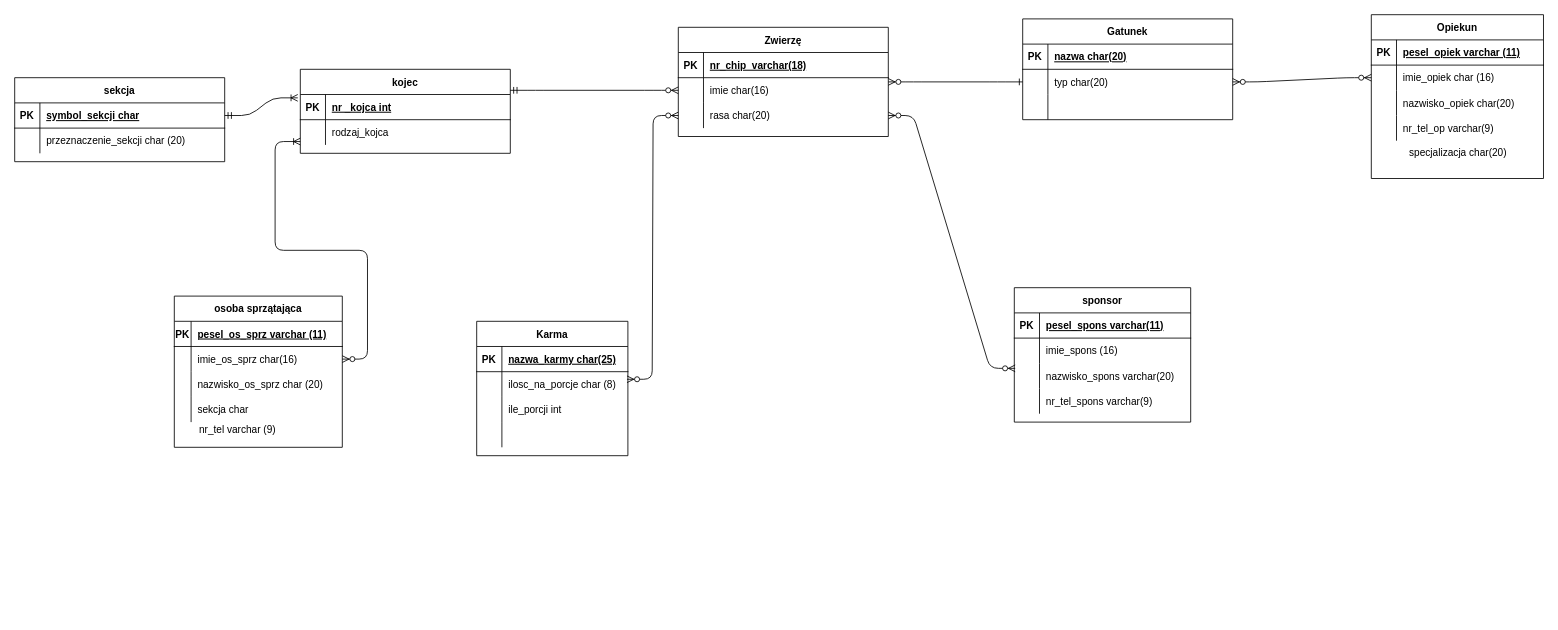
This is Untitled Diagram.drawio from Taviii/RBD, a draw.io file, before an edit. Source tidied: cells renumbered, new cells numbered last; positions are measured from the earlier drawing's top-left corner, leaving out a move shared by most shapes. Both pictures are drawn from the tidied source at 84%, with x=0, y=0 at pixel (14, 14).
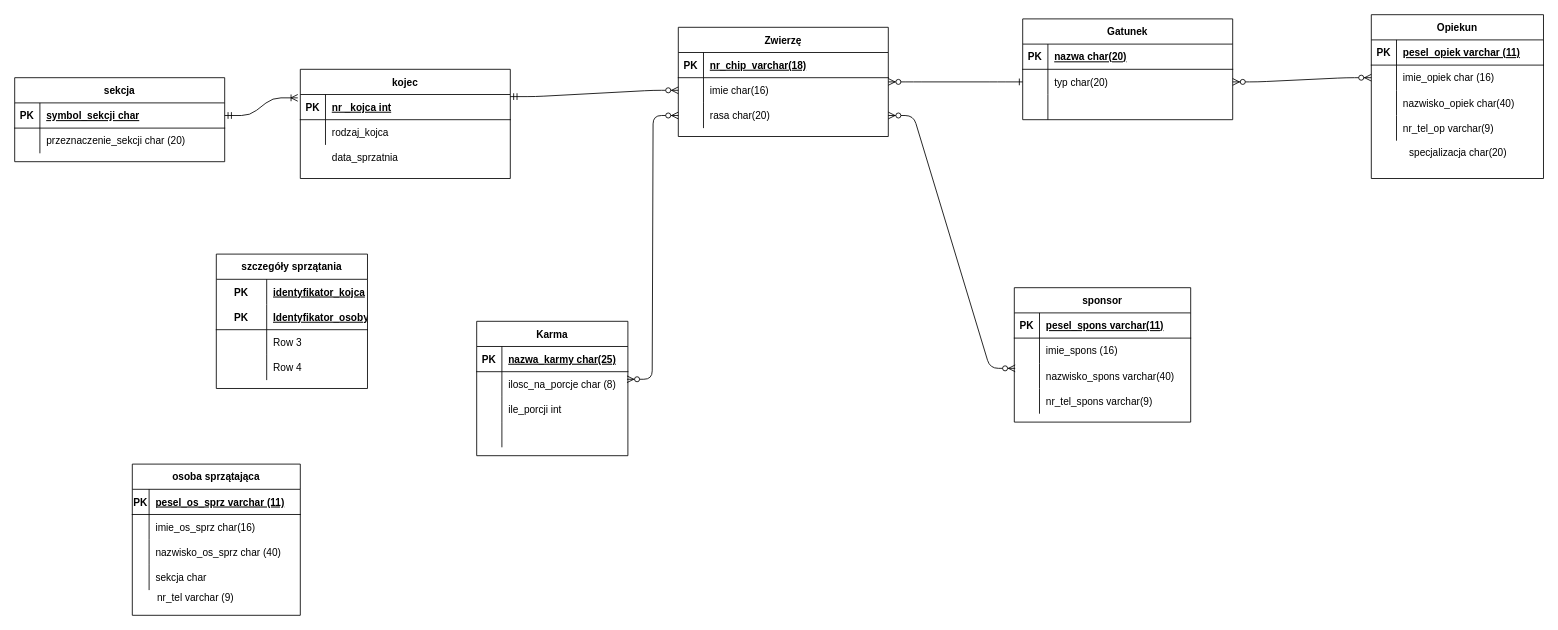
The same diagram, later.

The change refers to these unchanged cells:
```xml
<mxCell id="34" style="shape=partialRectangle;fillColor=none;top=0;left=0;bottom=0;right=0;points=[[0,0.5],[1,0.5]];portConstraint=eastwest;" parent="30" vertex="1">
  <mxGeometry y="60" width="200" height="30" as="geometry" />
</mxCell>
<mxCell id="37" style="shape=partialRectangle;fillColor=none;top=0;left=0;bottom=0;right=0;" parent="30" vertex="1">
  <mxGeometry y="90" width="200" height="30" as="geometry" />
</mxCell>
<mxCell id="50" style="shape=partialRectangle;fillColor=none;top=0;left=0;bottom=0;right=0;" parent="43" vertex="1">
  <mxGeometry y="90" width="205" height="30" as="geometry" />
</mxCell>
<mxCell id="76" style="shape=partialRectangle;fillColor=none;top=0;left=0;bottom=0;right=0;points=[[0,0.5],[1,0.5]];portConstraint=eastwest;" parent="69" vertex="1">
  <mxGeometry y="90" width="210" height="30" as="geometry" />
</mxCell>
```

What changed in the source:
```diff
@@
     <mxCell id="22" value="kojec" style="shape=table;startSize=30;childLayout=tableLayout;rowLines=0;fontStyle=1;align=center;" parent="1" vertex="1">
-      <mxGeometry x="340" y="65" width="250" height="100" as="geometry" />
+      <mxGeometry x="340" y="65" width="250" height="130" as="geometry" />
     </mxCell>
@@
     <mxCell id="30" value="osoba sprzątająca" style="shape=table;startSize=30;childLayout=tableLayout;rowLines=0;fontStyle=1;align=center;" parent="1" vertex="1">
-      <mxGeometry x="190" y="335" width="200" height="180" as="geometry" />
+      <mxGeometry x="140" y="535" width="200" height="180" as="geometry" />
     </mxCell>
@@
-    <mxCell id="39" value="nazwisko_os_sprz char (20)" style="shape=partialRectangle;fillColor=none;top=0;left=0;bottom=0;right=0;align=left;spacingLeft=6;overflow=hidden;" parent="37" vertex="1">
+    <mxCell id="39" value="nazwisko_os_sprz char (40)" style="shape=partialRectangle;fillColor=none;top=0;left=0;bottom=0;right=0;align=left;spacingLeft=6;overflow=hidden;" parent="37" vertex="1">
       <mxGeometry x="20" width="180" height="30" as="geometry" />
     </mxCell>
@@
-    <mxCell id="52" value="nazwisko_opiek char(20)" style="shape=partialRectangle;fillColor=none;top=0;left=0;bottom=0;right=0;align=left;spacingLeft=6;overflow=hidden;" parent="50" vertex="1">
+    <mxCell id="52" value="nazwisko_opiek char(40)" style="shape=partialRectangle;fillColor=none;top=0;left=0;bottom=0;right=0;align=left;spacingLeft=6;overflow=hidden;" parent="50" vertex="1">
       <mxGeometry x="30" width="175" height="30" as="geometry" />
     </mxCell>
@@
     <mxCell id="65" value="nr_tel varchar (9) " style="text;html=1;align=center;verticalAlign=middle;" parent="1" vertex="1">
-      <mxGeometry x="210" y="485" width="110" height="20" as="geometry" />
+      <mxGeometry x="160" y="685" width="110" height="20" as="geometry" />
     </mxCell>
-    <mxCell id="66" style="edgeStyle=entityRelationEdgeStyle;fontSize=12;html=1;endArrow=ERoneToMany;startArrow=ERzeroToMany;" parent="1" edge="1" source="34">
-      <mxGeometry relative="1" as="geometry">
-        <mxPoint x="340" y="151" as="targetPoint" />
-      </mxGeometry>
-    </mxCell>
@@
-    <mxCell id="78" value="nazwisko_spons varchar(20)" style="shape=partialRectangle;fillColor=none;top=0;left=0;bottom=0;right=0;align=left;spacingLeft=6;overflow=hidden;" parent="76" vertex="1">
+    <mxCell id="78" value="nazwisko_spons varchar(40)" style="shape=partialRectangle;fillColor=none;top=0;left=0;bottom=0;right=0;align=left;spacingLeft=6;overflow=hidden;" parent="76" vertex="1">
       <mxGeometry x="30" width="180" height="30" as="geometry" />
     </mxCell>
@@
+    <mxCell id="97" value="data_sprzatnia" style="shape=partialRectangle;overflow=hidden;fillColor=none;top=0;left=0;bottom=0;right=0;align=left;spacingLeft=6;" parent="1" vertex="1">
+      <mxGeometry x="370" y="155" width="220" height="30" as="geometry" />
+    </mxCell>
+    <mxCell id="98" value="szczegóły sprzątania" style="shape=table;startSize=30;childLayout=tableLayout;rowLines=0;fontStyle=1;align=center;" parent="1" vertex="1">
+      <mxGeometry x="240" y="285" width="180" height="160" as="geometry" />
+    </mxCell>
+    <mxCell id="99" style="shape=partialRectangle;fillColor=none;top=0;left=0;bottom=0;right=0;" parent="98" vertex="1">
+      <mxGeometry y="30" width="180" height="30" as="geometry" />
+    </mxCell>
+    <mxCell id="100" value="PK" style="shape=partialRectangle;fillColor=none;top=0;left=0;bottom=0;right=0;fontStyle=1;overflow=hidden;" parent="99" vertex="1">
+      <mxGeometry width="60" height="30" as="geometry" />
+    </mxCell>
+    <mxCell id="101" value="identyfikator_kojca" style="shape=partialRectangle;fillColor=none;top=0;left=0;bottom=0;right=0;align=left;spacingLeft=6;fontStyle=5;overflow=hidden;" parent="99" vertex="1">
+      <mxGeometry x="60" width="120" height="30" as="geometry" />
+    </mxCell>
+    <mxCell id="102" style="shape=partialRectangle;fillColor=none;top=0;left=0;bottom=1;right=0;" parent="98" vertex="1">
+      <mxGeometry y="60" width="180" height="30" as="geometry" />
+    </mxCell>
+    <mxCell id="103" value="PK" style="shape=partialRectangle;fillColor=none;top=0;left=0;bottom=0;right=0;fontStyle=1;overflow=hidden;" parent="102" vertex="1">
+      <mxGeometry width="60" height="30" as="geometry" />
+    </mxCell>
+    <mxCell id="104" value="Identyfikator_osoby" style="shape=partialRectangle;fillColor=none;top=0;left=0;bottom=0;right=0;align=left;spacingLeft=6;fontStyle=5;overflow=hidden;" parent="102" vertex="1">
+      <mxGeometry x="60" width="120" height="30" as="geometry" />
+    </mxCell>
+    <mxCell id="105" style="shape=partialRectangle;fillColor=none;top=0;left=0;bottom=0;right=0;" parent="98" vertex="1">
+      <mxGeometry y="90" width="180" height="30" as="geometry" />
+    </mxCell>
+    <mxCell id="106" style="shape=partialRectangle;fillColor=none;top=0;left=0;bottom=0;right=0;overflow=hidden;" parent="105" vertex="1">
+      <mxGeometry width="60" height="30" as="geometry" />
+    </mxCell>
+    <mxCell id="107" value="Row 3" style="shape=partialRectangle;fillColor=none;top=0;left=0;bottom=0;right=0;align=left;spacingLeft=6;overflow=hidden;" parent="105" vertex="1">
+      <mxGeometry x="60" width="120" height="30" as="geometry" />
+    </mxCell>
+    <mxCell id="108" style="shape=partialRectangle;fillColor=none;top=0;left=0;bottom=0;right=0;" parent="98" vertex="1">
+      <mxGeometry y="120" width="180" height="30" as="geometry" />
+    </mxCell>
+    <mxCell id="109" style="shape=partialRectangle;fillColor=none;top=0;left=0;bottom=0;right=0;overflow=hidden;" parent="108" vertex="1">
+      <mxGeometry width="60" height="30" as="geometry" />
+    </mxCell>
+    <mxCell id="110" value="Row 4" style="shape=partialRectangle;fillColor=none;top=0;left=0;bottom=0;right=0;align=left;spacingLeft=6;overflow=hidden;" parent="108" vertex="1">
+      <mxGeometry x="60" width="120" height="30" as="geometry" />
+    </mxCell>
```
